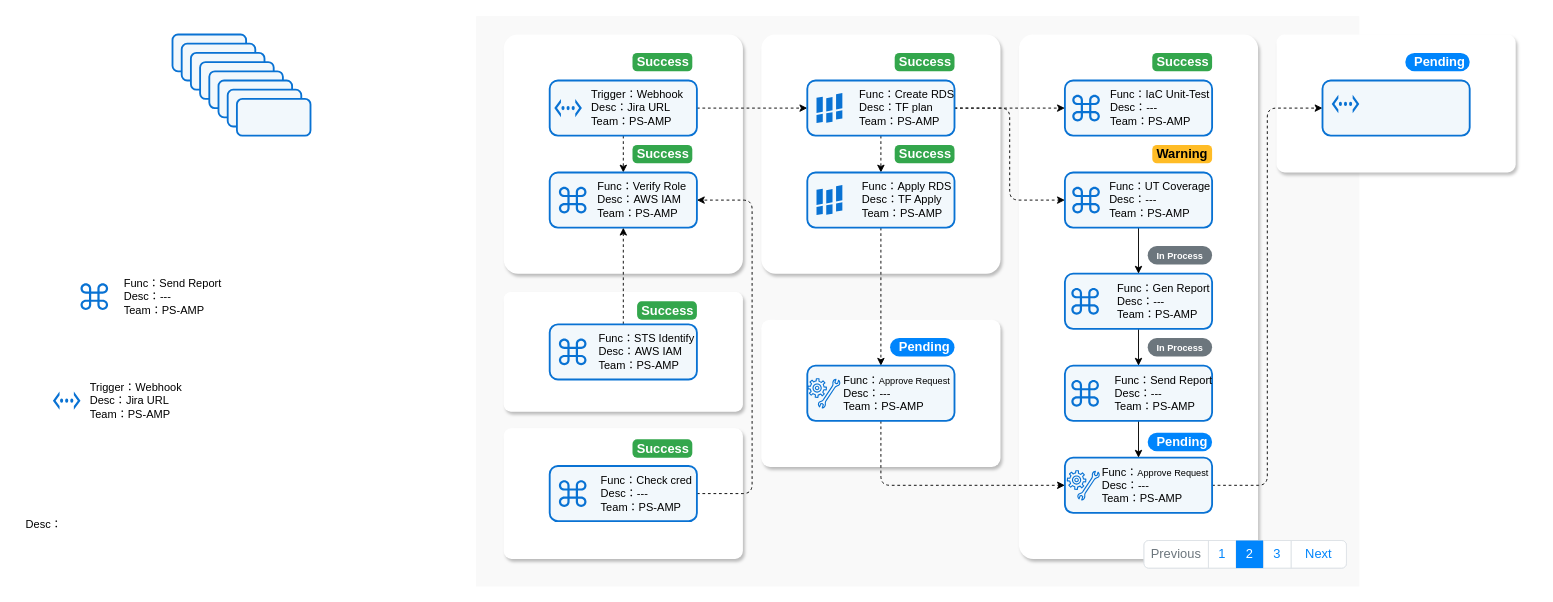
Before: cathay.drawio in Hoverhuang-er/HoverLibrary, a draw.io diagram. Source tidied: cells renumbered, new cells numbered last; positions are measured from the earlier drawing's top-left corner, leaving out a move shared by most shapes. Both pictures are drawn from the tidied source at 92%, with x=0, y=0 at pixel (16, 16).
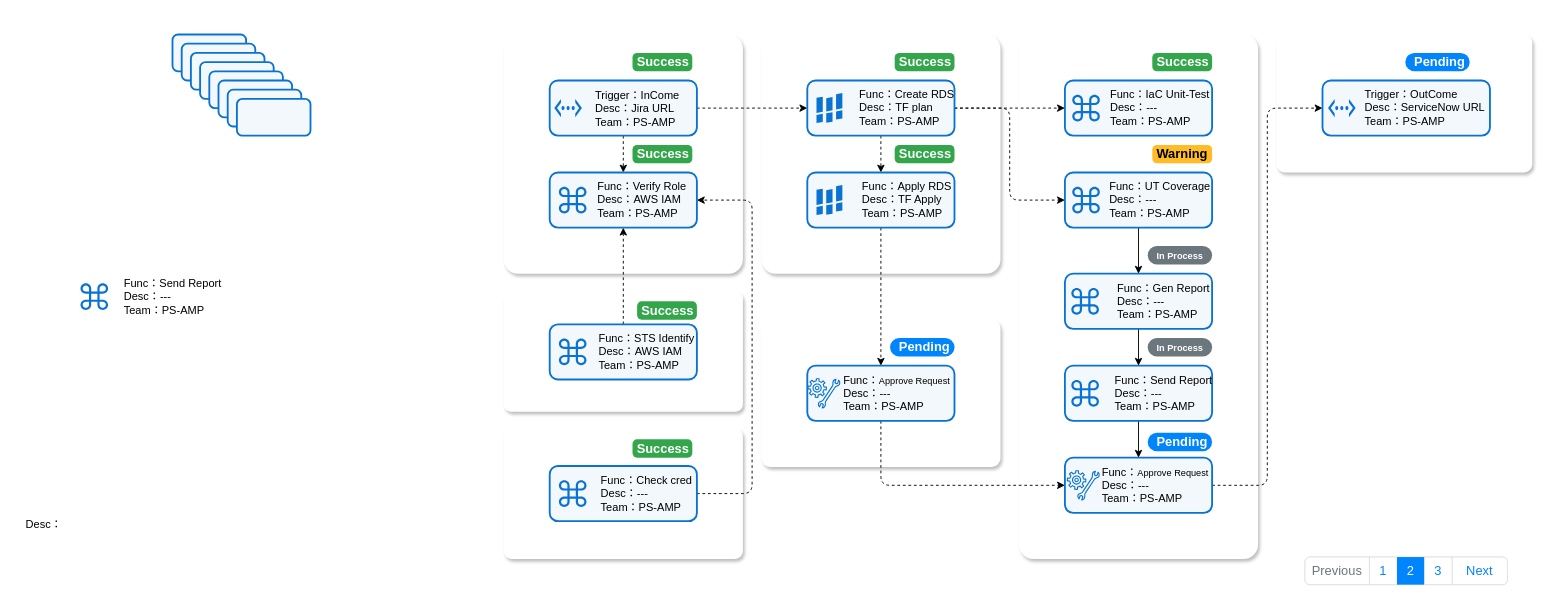
The same diagram, later.

Diff of the diagram source:
```diff
@@
-    <mxCell id="2" style="rounded=0;whiteSpace=wrap;html=1;fillColor=#f9f9f9;fontColor=#333333;strokeColor=none;" parent="1" vertex="1">
-      <mxGeometry x="500" width="960" height="620" as="geometry" />
-    </mxCell>
@@
     <mxCell id="15" style="rounded=1;whiteSpace=wrap;html=1;fillColor=#ffffff;strokeColor=none;strokeWidth=2;shadow=1;glass=0;arcSize=6;" parent="1" vertex="1">
-      <mxGeometry x="1370" y="20" width="260" height="150" as="geometry" />
+      <mxGeometry x="1370" y="20" width="278" height="150" as="geometry" />
     </mxCell>
     <mxCell id="16" style="html=1;shadow=0;dashed=0;shape=mxgraph.bootstrap.rrect;rSize=5;strokeColor=#DEE2E6;html=1;whiteSpace=wrap;fillColor=#ffffff;fontColor=#0085FC;fontSize=14;" parent="1" vertex="1">
-      <mxGeometry x="1226" y="570" width="220" height="30" as="geometry" />
+      <mxGeometry x="1401" y="588" width="220" height="30" as="geometry" />
     </mxCell>
@@
     <mxCell id="44" style="rounded=1;whiteSpace=wrap;html=1;fillColor=#f2f8fc;strokeColor=#0972d3;strokeWidth=2;" parent="1" vertex="1">
-      <mxGeometry x="1420" y="70" width="160" height="60" as="geometry" />
+      <mxGeometry x="1420" y="70" width="182" height="60" as="geometry" />
     </mxCell>
@@
-    <mxCell id="64" value="&lt;div style=&quot;text-align: left;&quot;&gt;&lt;span style=&quot;background-color: initial;&quot;&gt;Trigger：Webhook&lt;/span&gt;&lt;/div&gt;&lt;div style=&quot;text-align: left;&quot;&gt;&lt;span style=&quot;background-color: initial;&quot;&gt;Desc：Jira URL&lt;/span&gt;&lt;/div&gt;&lt;div style=&quot;text-align: left;&quot;&gt;&lt;span style=&quot;background-color: initial;&quot;&gt;Team：PS-AMP&lt;/span&gt;&lt;/div&gt;" style="text;html=1;align=center;verticalAlign=middle;strokeColor=none;fillColor=none;" parent="1" vertex="1">
-      <mxGeometry x="70" y="388" width="120" height="60" as="geometry" />
+    <mxCell id="64" value="&lt;div style=&quot;text-align: left;&quot;&gt;&lt;span style=&quot;background-color: initial;&quot;&gt;Trigger：OutCome&lt;/span&gt;&lt;/div&gt;&lt;div style=&quot;text-align: left;&quot;&gt;&lt;span style=&quot;background-color: initial;&quot;&gt;Desc：ServiceNow URL&lt;/span&gt;&lt;/div&gt;&lt;div style=&quot;text-align: left;&quot;&gt;&lt;span style=&quot;background-color: initial;&quot;&gt;Team：PS-AMP&lt;/span&gt;&lt;/div&gt;" style="text;html=1;align=center;verticalAlign=middle;strokeColor=none;fillColor=none;" parent="1" vertex="1">
+      <mxGeometry x="1456" y="72.5" width="149" height="55" as="geometry" />
     </mxCell>
     <mxCell id="65" style="shape=mxgraph.signs.tech.ethernet;html=1;fillColor=#0972d3;strokeColor=none;verticalLabelPosition=bottom;verticalAlign=top;align=center;sketch=0;" parent="1" vertex="1">
-      <mxGeometry x="40" y="408" width="30" height="20" as="geometry" />
+      <mxGeometry x="1426" y="90" width="30" height="20" as="geometry" />
     </mxCell>
-    <mxCell id="66" value="&lt;div style=&quot;text-align: left;&quot;&gt;&lt;span style=&quot;background-color: initial;&quot;&gt;Trigger：Webhook&lt;/span&gt;&lt;/div&gt;&lt;div style=&quot;text-align: left;&quot;&gt;&lt;span style=&quot;background-color: initial;&quot;&gt;Desc：Jira URL&lt;/span&gt;&lt;/div&gt;&lt;div style=&quot;text-align: left;&quot;&gt;&lt;span style=&quot;background-color: initial;&quot;&gt;Team：PS-AMP&lt;/span&gt;&lt;/div&gt;" style="text;html=1;align=center;verticalAlign=middle;strokeColor=none;fillColor=none;" parent="1" vertex="1">
-      <mxGeometry x="615" y="70" width="120" height="60" as="geometry" />
+    <mxCell id="66" value="&lt;div style=&quot;text-align: left;&quot;&gt;&lt;span style=&quot;background-color: initial;&quot;&gt;Trigger：InCome&lt;/span&gt;&lt;/div&gt;&lt;div style=&quot;text-align: left;&quot;&gt;&lt;span style=&quot;background-color: initial;&quot;&gt;Desc：Jira URL&lt;/span&gt;&lt;/div&gt;&lt;div style=&quot;text-align: left;&quot;&gt;&lt;span style=&quot;background-color: initial;&quot;&gt;Team：PS-AMP&lt;/span&gt;&lt;/div&gt;" style="text;html=1;align=center;verticalAlign=middle;strokeColor=none;fillColor=none;" parent="1" vertex="1">
+      <mxGeometry x="620" y="73" width="110" height="55" as="geometry" />
     </mxCell>
@@
-    <mxCell id="92" style="shape=mxgraph.signs.tech.ethernet;html=1;fillColor=#0972d3;strokeColor=none;verticalLabelPosition=bottom;verticalAlign=top;align=center;sketch=0;" parent="1" vertex="1">
-      <mxGeometry x="1430" y="85.5" width="30" height="20" as="geometry" />
-    </mxCell>
```
